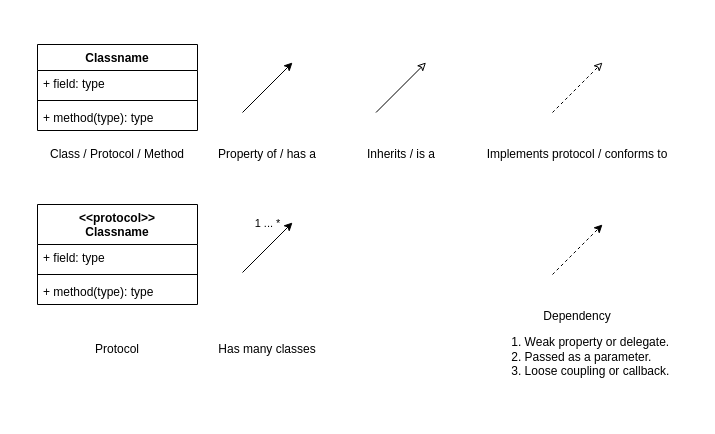
Earlier version of the draw.io diagram page "Description" (1 of 2) of Class Diagram.drawio (tla-trebla/Class-Diagram). Source tidied: cells renumbered, new cells numbered last; positions are measured from the earlier drawing's top-left corner, leaving out a move shared by most shapes. Both pictures are drawn from the tidied source at 100%, with x=0, y=0 at pixel (37, 44).
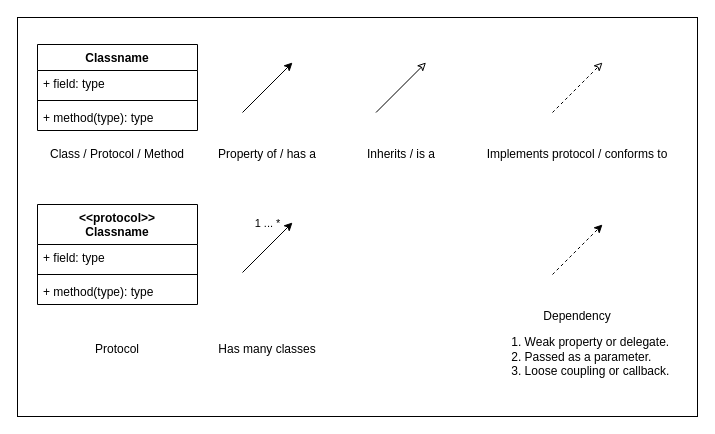
After the change.

What changed in the source:
```diff
@@
+    <mxCell id="23" style="rounded=0;whiteSpace=wrap;html=1;hachureGap=4;" parent="1" vertex="1">
+      <mxGeometry x="-20" y="-27" width="680" height="399" as="geometry" />
+    </mxCell>
```
